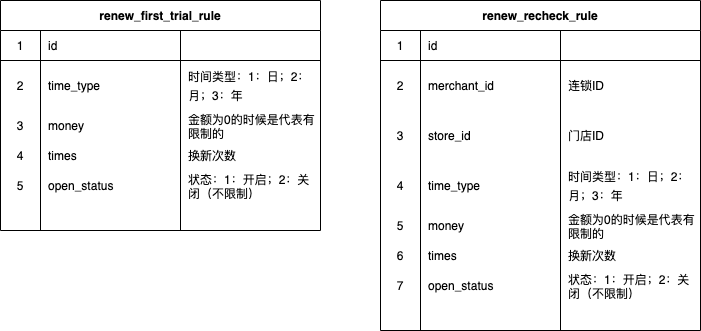
This is V3.7.png from zuoqiang320/uniondrug, a draw.io export, as it was before one commit. Source tidied: cells renumbered, new cells last; positions are measured from the earlier drawing's top-left corner, leaving out a move shared by most shapes.
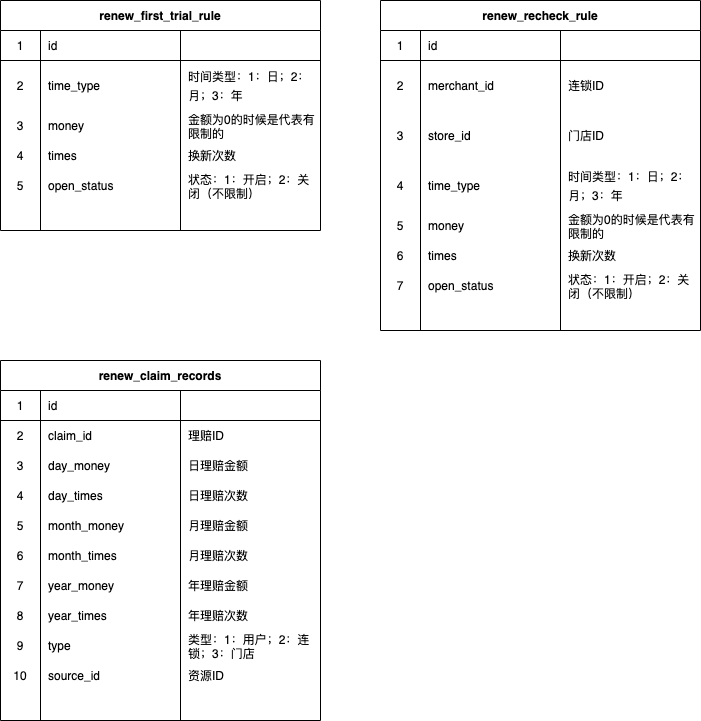
After the commit.

Change to the diagram source:
```diff
@@ -152,5 +152,128 @@
     <mxCell id="51" value="状态：1：开启；2：关闭（不限制）" style="shape=partialRectangle;html=1;whiteSpace=wrap;fillColor=none;top=0;left=0;bottom=0;right=0;align=left;spacingLeft=6;overflow=hidden;" parent="48" vertex="1">
       <mxGeometry x="180" width="140" height="30" as="geometry" />
     </mxCell>
+    <mxCell id="52" value="renew_claim_records" style="shape=table;html=1;whiteSpace=wrap;startSize=30;rowLines=0;fontStyle=1;align=center;" parent="1" vertex="1">
+      <mxGeometry y="360" width="320" height="360" as="geometry" />
+    </mxCell>
+    <mxCell id="53" style="shape=partialRectangle;html=1;whiteSpace=wrap;fillColor=none;top=0;left=0;bottom=1;right=0;" parent="52" vertex="1">
+      <mxGeometry y="30" width="320" height="30" as="geometry" />
+    </mxCell>
+    <mxCell id="54" value="1" style="shape=partialRectangle;html=1;whiteSpace=wrap;fillColor=none;top=0;left=0;bottom=0;right=0;overflow=hidden;" parent="53" vertex="1">
+      <mxGeometry width="40" height="30" as="geometry" />
+    </mxCell>
+    <mxCell id="55" value="id" style="shape=partialRectangle;html=1;whiteSpace=wrap;fillColor=none;top=0;left=0;bottom=0;right=0;align=left;spacingLeft=6;overflow=hidden;" parent="53" vertex="1">
+      <mxGeometry x="40" width="140" height="30" as="geometry" />
+    </mxCell>
+    <mxCell id="56" style="shape=partialRectangle;html=1;whiteSpace=wrap;fillColor=none;top=0;left=0;bottom=0;right=0;align=left;spacingLeft=6;overflow=hidden;" parent="53" vertex="1">
+      <mxGeometry x="180" width="140" height="30" as="geometry" />
+    </mxCell>
+    <mxCell id="57" style="shape=partialRectangle;html=1;whiteSpace=wrap;fillColor=none;top=0;left=0;bottom=0;right=0;" parent="52" vertex="1">
+      <mxGeometry y="60" width="320" height="30" as="geometry" />
+    </mxCell>
+    <mxCell id="58" value="2" style="shape=partialRectangle;html=1;whiteSpace=wrap;fillColor=none;top=0;left=0;bottom=0;right=0;overflow=hidden;" parent="57" vertex="1">
+      <mxGeometry width="40" height="30" as="geometry" />
+    </mxCell>
+    <mxCell id="59" value="claim_id" style="shape=partialRectangle;html=1;whiteSpace=wrap;fillColor=none;top=0;left=0;bottom=0;right=0;align=left;spacingLeft=6;overflow=hidden;" parent="57" vertex="1">
+      <mxGeometry x="40" width="140" height="30" as="geometry" />
+    </mxCell>
+    <mxCell id="60" value="理赔ID" style="shape=partialRectangle;html=1;whiteSpace=wrap;fillColor=none;top=0;left=0;bottom=0;right=0;align=left;spacingLeft=6;overflow=hidden;" parent="57" vertex="1">
+      <mxGeometry x="180" width="140" height="30" as="geometry" />
+    </mxCell>
+    <mxCell id="61" style="shape=partialRectangle;html=1;whiteSpace=wrap;fillColor=none;top=0;left=0;bottom=0;right=0;" parent="52" vertex="1">
+      <mxGeometry y="90" width="320" height="30" as="geometry" />
+    </mxCell>
+    <mxCell id="62" value="3" style="shape=partialRectangle;html=1;whiteSpace=wrap;fillColor=none;top=0;left=0;bottom=0;right=0;overflow=hidden;" parent="61" vertex="1">
+      <mxGeometry width="40" height="30" as="geometry" />
+    </mxCell>
+    <mxCell id="63" value="day_money" style="shape=partialRectangle;html=1;whiteSpace=wrap;fillColor=none;top=0;left=0;bottom=0;right=0;align=left;spacingLeft=6;overflow=hidden;" parent="61" vertex="1">
+      <mxGeometry x="40" width="140" height="30" as="geometry" />
+    </mxCell>
+    <mxCell id="64" value="日理赔金额" style="shape=partialRectangle;html=1;whiteSpace=wrap;fillColor=none;top=0;left=0;bottom=0;right=0;align=left;spacingLeft=6;overflow=hidden;" parent="61" vertex="1">
+      <mxGeometry x="180" width="140" height="30" as="geometry" />
+    </mxCell>
+    <mxCell id="65" style="shape=partialRectangle;html=1;whiteSpace=wrap;fillColor=none;top=0;left=0;bottom=0;right=0;" parent="52" vertex="1">
+      <mxGeometry y="120" width="320" height="30" as="geometry" />
+    </mxCell>
+    <mxCell id="66" value="4" style="shape=partialRectangle;html=1;whiteSpace=wrap;fillColor=none;top=0;left=0;bottom=0;right=0;overflow=hidden;" parent="65" vertex="1">
+      <mxGeometry width="40" height="30" as="geometry" />
+    </mxCell>
+    <mxCell id="67" value="&lt;span&gt;day_times&lt;/span&gt;" style="shape=partialRectangle;html=1;whiteSpace=wrap;fillColor=none;top=0;left=0;bottom=0;right=0;align=left;spacingLeft=6;overflow=hidden;" parent="65" vertex="1">
+      <mxGeometry x="40" width="140" height="30" as="geometry" />
+    </mxCell>
+    <mxCell id="68" value="日理赔次数" style="shape=partialRectangle;html=1;whiteSpace=wrap;fillColor=none;top=0;left=0;bottom=0;right=0;align=left;spacingLeft=6;overflow=hidden;" parent="65" vertex="1">
+      <mxGeometry x="180" width="140" height="30" as="geometry" />
+    </mxCell>
+    <mxCell id="69" style="shape=partialRectangle;html=1;whiteSpace=wrap;fillColor=none;top=0;left=0;bottom=0;right=0;" parent="52" vertex="1">
+      <mxGeometry y="150" width="320" height="30" as="geometry" />
+    </mxCell>
+    <mxCell id="70" value="5" style="shape=partialRectangle;html=1;whiteSpace=wrap;fillColor=none;top=0;left=0;bottom=0;right=0;overflow=hidden;" parent="69" vertex="1">
+      <mxGeometry width="40" height="30" as="geometry" />
+    </mxCell>
+    <mxCell id="71" value="month_money" style="shape=partialRectangle;html=1;whiteSpace=wrap;fillColor=none;top=0;left=0;bottom=0;right=0;align=left;spacingLeft=6;overflow=hidden;" parent="69" vertex="1">
+      <mxGeometry x="40" width="140" height="30" as="geometry" />
+    </mxCell>
+    <mxCell id="72" value="&lt;span&gt;月理赔金额&lt;/span&gt;" style="shape=partialRectangle;html=1;whiteSpace=wrap;fillColor=none;top=0;left=0;bottom=0;right=0;align=left;spacingLeft=6;overflow=hidden;" parent="69" vertex="1">
+      <mxGeometry x="180" width="140" height="30" as="geometry" />
+    </mxCell>
+    <mxCell id="73" style="shape=partialRectangle;html=1;whiteSpace=wrap;fillColor=none;top=0;left=0;bottom=0;right=0;" parent="52" vertex="1">
+      <mxGeometry y="180" width="320" height="30" as="geometry" />
+    </mxCell>
+    <mxCell id="74" value="6" style="shape=partialRectangle;html=1;whiteSpace=wrap;fillColor=none;top=0;left=0;bottom=0;right=0;overflow=hidden;" parent="73" vertex="1">
+      <mxGeometry width="40" height="30" as="geometry" />
+    </mxCell>
+    <mxCell id="75" value="month_times" style="shape=partialRectangle;html=1;whiteSpace=wrap;fillColor=none;top=0;left=0;bottom=0;right=0;align=left;spacingLeft=6;overflow=hidden;" parent="73" vertex="1">
+      <mxGeometry x="40" width="140" height="30" as="geometry" />
+    </mxCell>
+    <mxCell id="76" value="&lt;span&gt;月理赔次数&lt;/span&gt;" style="shape=partialRectangle;html=1;whiteSpace=wrap;fillColor=none;top=0;left=0;bottom=0;right=0;align=left;spacingLeft=6;overflow=hidden;" parent="73" vertex="1">
+      <mxGeometry x="180" width="140" height="30" as="geometry" />
+    </mxCell>
+    <mxCell id="77" style="shape=partialRectangle;html=1;whiteSpace=wrap;fillColor=none;top=0;left=0;bottom=0;right=0;" parent="52" vertex="1">
+      <mxGeometry y="210" width="320" height="30" as="geometry" />
+    </mxCell>
+    <mxCell id="78" value="7" style="shape=partialRectangle;html=1;whiteSpace=wrap;fillColor=none;top=0;left=0;bottom=0;right=0;overflow=hidden;" parent="77" vertex="1">
+      <mxGeometry width="40" height="30" as="geometry" />
+    </mxCell>
+    <mxCell id="79" value="year_money" style="shape=partialRectangle;html=1;whiteSpace=wrap;fillColor=none;top=0;left=0;bottom=0;right=0;align=left;spacingLeft=6;overflow=hidden;" parent="77" vertex="1">
+      <mxGeometry x="40" width="140" height="30" as="geometry" />
+    </mxCell>
+    <mxCell id="80" value="&lt;span&gt;年理赔金额&lt;/span&gt;" style="shape=partialRectangle;html=1;whiteSpace=wrap;fillColor=none;top=0;left=0;bottom=0;right=0;align=left;spacingLeft=6;overflow=hidden;" parent="77" vertex="1">
+      <mxGeometry x="180" width="140" height="30" as="geometry" />
+    </mxCell>
+    <mxCell id="81" style="shape=partialRectangle;html=1;whiteSpace=wrap;fillColor=none;top=0;left=0;bottom=0;right=0;" parent="52" vertex="1">
+      <mxGeometry y="240" width="320" height="30" as="geometry" />
+    </mxCell>
+    <mxCell id="82" value="8" style="shape=partialRectangle;html=1;whiteSpace=wrap;fillColor=none;top=0;left=0;bottom=0;right=0;overflow=hidden;" parent="81" vertex="1">
+      <mxGeometry width="40" height="30" as="geometry" />
+    </mxCell>
+    <mxCell id="83" value="year_times" style="shape=partialRectangle;html=1;whiteSpace=wrap;fillColor=none;top=0;left=0;bottom=0;right=0;align=left;spacingLeft=6;overflow=hidden;" parent="81" vertex="1">
+      <mxGeometry x="40" width="140" height="30" as="geometry" />
+    </mxCell>
+    <mxCell id="84" value="年理赔次数" style="shape=partialRectangle;html=1;whiteSpace=wrap;fillColor=none;top=0;left=0;bottom=0;right=0;align=left;spacingLeft=6;overflow=hidden;" parent="81" vertex="1">
+      <mxGeometry x="180" width="140" height="30" as="geometry" />
+    </mxCell>
+    <mxCell id="85" style="shape=partialRectangle;html=1;whiteSpace=wrap;fillColor=none;top=0;left=0;bottom=0;right=0;" parent="52" vertex="1">
+      <mxGeometry y="270" width="320" height="30" as="geometry" />
+    </mxCell>
+    <mxCell id="86" value="9" style="shape=partialRectangle;html=1;whiteSpace=wrap;fillColor=none;top=0;left=0;bottom=0;right=0;overflow=hidden;" parent="85" vertex="1">
+      <mxGeometry width="40" height="30" as="geometry" />
+    </mxCell>
+    <mxCell id="87" value="type" style="shape=partialRectangle;html=1;whiteSpace=wrap;fillColor=none;top=0;left=0;bottom=0;right=0;align=left;spacingLeft=6;overflow=hidden;" parent="85" vertex="1">
+      <mxGeometry x="40" width="140" height="30" as="geometry" />
+    </mxCell>
+    <mxCell id="88" value="类型：1：用户；2：连锁；3：门店" style="shape=partialRectangle;html=1;whiteSpace=wrap;fillColor=none;top=0;left=0;bottom=0;right=0;align=left;spacingLeft=6;overflow=hidden;" parent="85" vertex="1">
+      <mxGeometry x="180" width="140" height="30" as="geometry" />
+    </mxCell>
+    <mxCell id="89" style="shape=partialRectangle;html=1;whiteSpace=wrap;fillColor=none;top=0;left=0;bottom=0;right=0;" parent="52" vertex="1">
+      <mxGeometry y="300" width="320" height="30" as="geometry" />
+    </mxCell>
+    <mxCell id="90" value="10" style="shape=partialRectangle;html=1;whiteSpace=wrap;fillColor=none;top=0;left=0;bottom=0;right=0;overflow=hidden;" parent="89" vertex="1">
+      <mxGeometry width="40" height="30" as="geometry" />
+    </mxCell>
+    <mxCell id="91" value="source_id" style="shape=partialRectangle;html=1;whiteSpace=wrap;fillColor=none;top=0;left=0;bottom=0;right=0;align=left;spacingLeft=6;overflow=hidden;" parent="89" vertex="1">
+      <mxGeometry x="40" width="140" height="30" as="geometry" />
+    </mxCell>
+    <mxCell id="92" value="资源ID" style="shape=partialRectangle;html=1;whiteSpace=wrap;fillColor=none;top=0;left=0;bottom=0;right=0;align=left;spacingLeft=6;overflow=hidden;" parent="89" vertex="1">
+      <mxGeometry x="180" width="140" height="30" as="geometry" />
+    </mxCell>
   </root>
 </mxGraphModel>
```
